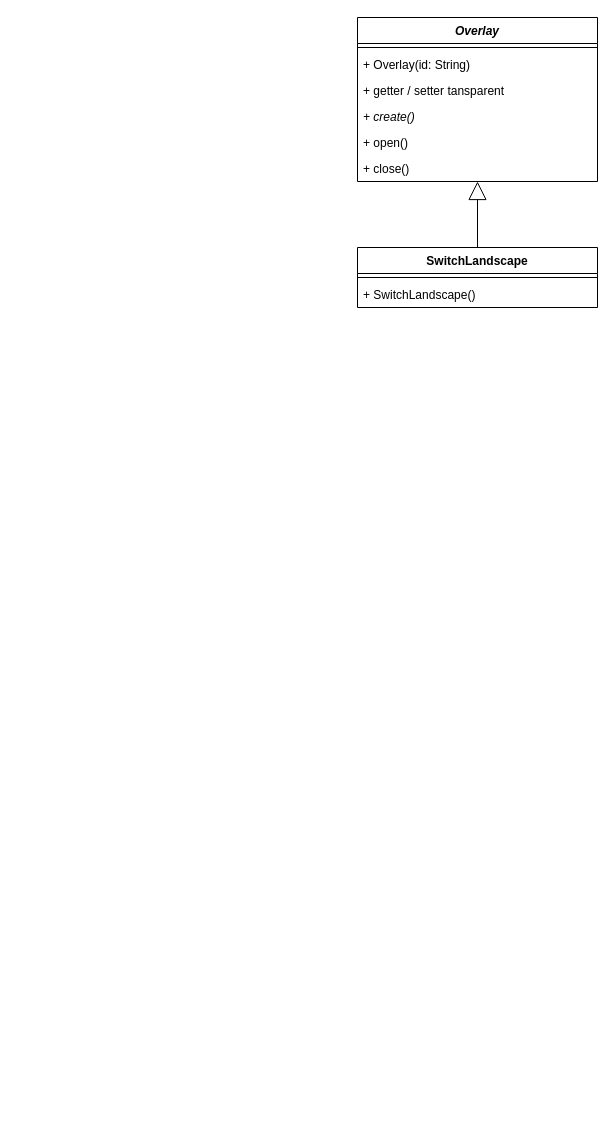
Before: docs/issue/174-diagram.drawio in elma1989/el-pollo-loco, a draw.io diagram. Source tidied: cells renumbered, new cells numbered last; positions are measured from the earlier drawing's top-left corner, leaving out a move shared by most shapes. Both pictures are drawn from the tidied source at 100%, with x=0, y=0 at pixel (357, 17).
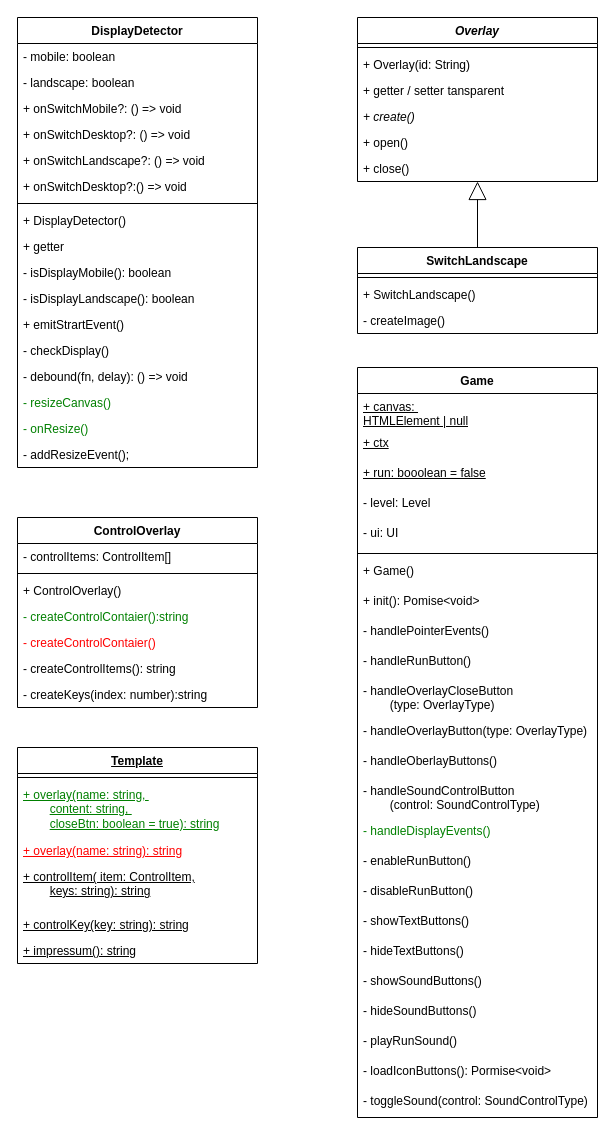
The same page after the edit.

Change to the diagram source:
```diff
@@
     <mxCell id="9" value="SwitchLandscape" style="swimlane;fontStyle=1;align=center;verticalAlign=top;horizontal=1;startSize=26;whiteSpace=wrap;html=1;" parent="1" vertex="1">
-      <mxGeometry y="230" width="240" height="60" as="geometry" />
+      <mxGeometry y="230" width="240" height="86" as="geometry" />
     </mxCell>
@@
+    <mxCell id="13" value="- createImage()" style="text;strokeColor=none;fillColor=none;align=left;verticalAlign=top;spacingLeft=4;spacingRight=4;overflow=hidden;whiteSpace=wrap;html=1;" parent="9" vertex="1">
+      <mxGeometry y="60" width="240" height="26" as="geometry" />
+    </mxCell>
@@
+    <mxCell id="14" value="DisplayDetector" style="swimlane;fontStyle=1;align=center;verticalAlign=top;horizontal=1;startSize=26;whiteSpace=wrap;html=1;" parent="1" vertex="1">
+      <mxGeometry x="-340" width="240" height="450" as="geometry" />
+    </mxCell>
+    <mxCell id="15" value="- mobile: boolean" style="text;strokeColor=none;fillColor=none;align=left;verticalAlign=top;spacingLeft=4;spacingRight=4;overflow=hidden;whiteSpace=wrap;html=1;" parent="14" vertex="1">
+      <mxGeometry y="26" width="240" height="26" as="geometry" />
+    </mxCell>
+    <mxCell id="16" value="- landscape: boolean" style="text;strokeColor=none;fillColor=none;align=left;verticalAlign=top;spacingLeft=4;spacingRight=4;overflow=hidden;whiteSpace=wrap;html=1;" parent="14" vertex="1">
+      <mxGeometry y="52" width="240" height="26" as="geometry" />
+    </mxCell>
+    <mxCell id="17" value="+ onSwitchMobile?: () =&amp;gt; void" style="text;strokeColor=none;fillColor=none;align=left;verticalAlign=top;spacingLeft=4;spacingRight=4;overflow=hidden;whiteSpace=wrap;html=1;" parent="14" vertex="1">
+      <mxGeometry y="78" width="240" height="26" as="geometry" />
+    </mxCell>
+    <mxCell id="18" value="+ onSwitchDesktop?: () =&amp;gt; void" style="text;strokeColor=none;fillColor=none;align=left;verticalAlign=top;spacingLeft=4;spacingRight=4;overflow=hidden;whiteSpace=wrap;html=1;" parent="14" vertex="1">
+      <mxGeometry y="104" width="240" height="26" as="geometry" />
+    </mxCell>
+    <mxCell id="19" value="+ onSwitchLandscape?: () =&amp;gt; void" style="text;strokeColor=none;fillColor=none;align=left;verticalAlign=top;spacingLeft=4;spacingRight=4;overflow=hidden;whiteSpace=wrap;html=1;" parent="14" vertex="1">
+      <mxGeometry y="130" width="240" height="26" as="geometry" />
+    </mxCell>
+    <mxCell id="20" value="+ onSwitchDesktop?:() =&amp;gt; void" style="text;strokeColor=none;fillColor=none;align=left;verticalAlign=top;spacingLeft=4;spacingRight=4;overflow=hidden;whiteSpace=wrap;html=1;" parent="14" vertex="1">
+      <mxGeometry y="156" width="240" height="26" as="geometry" />
+    </mxCell>
+    <mxCell id="21" style="line;strokeWidth=1;fillColor=none;align=left;verticalAlign=middle;spacingTop=-1;spacingLeft=3;spacingRight=3;labelPosition=right;strokeColor=inherit;" parent="14" vertex="1">
+      <mxGeometry y="182" width="240" height="8" as="geometry" />
+    </mxCell>
+    <mxCell id="22" value="+ DisplayDetector()" style="text;strokeColor=none;fillColor=none;align=left;verticalAlign=top;spacingLeft=4;spacingRight=4;overflow=hidden;whiteSpace=wrap;html=1;" parent="14" vertex="1">
+      <mxGeometry y="190" width="240" height="26" as="geometry" />
+    </mxCell>
+    <mxCell id="23" value="+ getter" style="text;strokeColor=none;fillColor=none;align=left;verticalAlign=top;spacingLeft=4;spacingRight=4;overflow=hidden;whiteSpace=wrap;html=1;" parent="14" vertex="1">
+      <mxGeometry y="216" width="240" height="26" as="geometry" />
+    </mxCell>
+    <mxCell id="24" value="- isDisplayMobile(): boolean" style="text;strokeColor=none;fillColor=none;align=left;verticalAlign=top;spacingLeft=4;spacingRight=4;overflow=hidden;whiteSpace=wrap;html=1;" parent="14" vertex="1">
+      <mxGeometry y="242" width="240" height="26" as="geometry" />
+    </mxCell>
+    <mxCell id="25" value="- isDisplayLandscape(): boolean" style="text;strokeColor=none;fillColor=none;align=left;verticalAlign=top;spacingLeft=4;spacingRight=4;overflow=hidden;whiteSpace=wrap;html=1;" parent="14" vertex="1">
+      <mxGeometry y="268" width="240" height="26" as="geometry" />
+    </mxCell>
+    <mxCell id="26" value="+ emitStrartEvent()" style="text;strokeColor=none;fillColor=none;align=left;verticalAlign=top;spacingLeft=4;spacingRight=4;overflow=hidden;whiteSpace=wrap;html=1;" parent="14" vertex="1">
+      <mxGeometry y="294" width="240" height="26" as="geometry" />
+    </mxCell>
+    <mxCell id="27" value="- checkDisplay()" style="text;strokeColor=none;fillColor=none;align=left;verticalAlign=top;spacingLeft=4;spacingRight=4;overflow=hidden;whiteSpace=wrap;html=1;" parent="14" vertex="1">
+      <mxGeometry y="320" width="240" height="26" as="geometry" />
+    </mxCell>
+    <mxCell id="28" value="- debound(fn, delay): () =&amp;gt; void" style="text;strokeColor=none;fillColor=none;align=left;verticalAlign=top;spacingLeft=4;spacingRight=4;overflow=hidden;whiteSpace=wrap;html=1;" parent="14" vertex="1">
+      <mxGeometry y="346" width="240" height="26" as="geometry" />
+    </mxCell>
+    <mxCell id="29" value="- resizeCanvas()" style="text;strokeColor=none;fillColor=none;align=left;verticalAlign=top;spacingLeft=4;spacingRight=4;overflow=hidden;whiteSpace=wrap;html=1;fontColor=light-dark(#008000,#80FF80);" parent="14" vertex="1">
+      <mxGeometry y="372" width="240" height="26" as="geometry" />
+    </mxCell>
+    <mxCell id="30" value="- onResize()" style="text;strokeColor=none;fillColor=none;align=left;verticalAlign=top;spacingLeft=4;spacingRight=4;overflow=hidden;whiteSpace=wrap;html=1;fontColor=light-dark(#008000,#80FF80);" parent="14" vertex="1">
+      <mxGeometry y="398" width="240" height="26" as="geometry" />
+    </mxCell>
+    <mxCell id="31" value="- addResizeEvent();" style="text;strokeColor=none;fillColor=none;align=left;verticalAlign=top;spacingLeft=4;spacingRight=4;overflow=hidden;whiteSpace=wrap;html=1;" parent="14" vertex="1">
+      <mxGeometry y="424" width="240" height="26" as="geometry" />
+    </mxCell>
+    <mxCell id="32" value="Game" style="swimlane;fontStyle=1;align=center;verticalAlign=top;horizontal=1;startSize=26;whiteSpace=wrap;html=1;" parent="1" vertex="1">
+      <mxGeometry y="350" width="240" height="750" as="geometry" />
+    </mxCell>
+    <mxCell id="33" value="+ canvas:&amp;nbsp;&lt;div&gt;HTMLElement | null&lt;/div&gt;" style="text;strokeColor=none;fillColor=none;align=left;verticalAlign=top;spacingLeft=4;spacingRight=4;overflow=hidden;whiteSpace=wrap;html=1;fontStyle=4;" parent="32" vertex="1">
+      <mxGeometry y="26" width="240" height="36" as="geometry" />
+    </mxCell>
+    <mxCell id="34" value="+ ctx" style="text;strokeColor=none;fillColor=none;align=left;verticalAlign=top;spacingLeft=4;spacingRight=4;overflow=hidden;whiteSpace=wrap;html=1;fontStyle=4;" parent="32" vertex="1">
+      <mxGeometry y="62" width="240" height="30" as="geometry" />
+    </mxCell>
+    <mxCell id="35" value="+ run: booolean = false" style="text;strokeColor=none;fillColor=none;align=left;verticalAlign=top;spacingLeft=4;spacingRight=4;overflow=hidden;whiteSpace=wrap;html=1;fontStyle=4;" parent="32" vertex="1">
+      <mxGeometry y="92" width="240" height="30" as="geometry" />
+    </mxCell>
+    <mxCell id="36" value="- level: Level" style="text;strokeColor=none;fillColor=none;align=left;verticalAlign=top;spacingLeft=4;spacingRight=4;overflow=hidden;whiteSpace=wrap;html=1;fontStyle=0;fontColor=default;" parent="32" vertex="1">
+      <mxGeometry y="122" width="240" height="30" as="geometry" />
+    </mxCell>
+    <mxCell id="37" value="- ui: UI" style="text;strokeColor=none;fillColor=none;align=left;verticalAlign=top;spacingLeft=4;spacingRight=4;overflow=hidden;whiteSpace=wrap;html=1;fontStyle=0;fontColor=default;" parent="32" vertex="1">
+      <mxGeometry y="152" width="240" height="30" as="geometry" />
+    </mxCell>
+    <mxCell id="38" style="line;strokeWidth=1;fillColor=none;align=left;verticalAlign=middle;spacingTop=-1;spacingLeft=3;spacingRight=3;labelPosition=right;strokeColor=inherit;" parent="32" vertex="1">
+      <mxGeometry y="182" width="240" height="8" as="geometry" />
+    </mxCell>
+    <mxCell id="39" value="+ Game()" style="text;strokeColor=none;fillColor=none;align=left;verticalAlign=top;spacingLeft=4;spacingRight=4;overflow=hidden;whiteSpace=wrap;html=1;fontStyle=0;fontColor=default;" parent="32" vertex="1">
+      <mxGeometry y="190" width="240" height="30" as="geometry" />
+    </mxCell>
+    <mxCell id="40" value="+ init(): Pomise&amp;lt;void&amp;gt;" style="text;strokeColor=none;fillColor=none;align=left;verticalAlign=top;spacingLeft=4;spacingRight=4;overflow=hidden;whiteSpace=wrap;html=1;fontStyle=0;fontColor=default;" parent="32" vertex="1">
+      <mxGeometry y="220" width="240" height="30" as="geometry" />
+    </mxCell>
+    <mxCell id="41" value="- handlePointerEvents()" style="text;strokeColor=none;fillColor=none;align=left;verticalAlign=top;spacingLeft=4;spacingRight=4;overflow=hidden;whiteSpace=wrap;html=1;fontStyle=0;fontColor=default;" parent="32" vertex="1">
+      <mxGeometry y="250" width="240" height="30" as="geometry" />
+    </mxCell>
+    <mxCell id="42" value="- handleRunButton()" style="text;strokeColor=none;fillColor=none;align=left;verticalAlign=top;spacingLeft=4;spacingRight=4;overflow=hidden;whiteSpace=wrap;html=1;fontStyle=0;fontColor=default;" parent="32" vertex="1">
+      <mxGeometry y="280" width="240" height="30" as="geometry" />
+    </mxCell>
+    <mxCell id="43" value="- handleOverlayCloseButton&lt;div&gt;&lt;span style=&quot;white-space: pre;&quot;&gt;&#9;&lt;/span&gt;(type: OverlayType)&lt;/div&gt;" style="text;strokeColor=none;fillColor=none;align=left;verticalAlign=top;spacingLeft=4;spacingRight=4;overflow=hidden;whiteSpace=wrap;html=1;fontStyle=0;fontColor=default;" parent="32" vertex="1">
+      <mxGeometry y="310" width="240" height="40" as="geometry" />
+    </mxCell>
+    <mxCell id="44" value="- handleOverlayButton(type: OverlayType)" style="text;strokeColor=none;fillColor=none;align=left;verticalAlign=top;spacingLeft=4;spacingRight=4;overflow=hidden;whiteSpace=wrap;html=1;fontStyle=0;fontColor=default;" parent="32" vertex="1">
+      <mxGeometry y="350" width="240" height="30" as="geometry" />
+    </mxCell>
+    <mxCell id="45" value="- handleOberlayButtons()" style="text;strokeColor=none;fillColor=none;align=left;verticalAlign=top;spacingLeft=4;spacingRight=4;overflow=hidden;whiteSpace=wrap;html=1;fontStyle=0;fontColor=default;" parent="32" vertex="1">
+      <mxGeometry y="380" width="240" height="30" as="geometry" />
+    </mxCell>
+    <mxCell id="46" value="- handleSoundControlButton&lt;div&gt;&lt;span style=&quot;white-space: pre;&quot;&gt;&#9;&lt;/span&gt;(control: SoundControlType)&lt;/div&gt;" style="text;strokeColor=none;fillColor=none;align=left;verticalAlign=top;spacingLeft=4;spacingRight=4;overflow=hidden;whiteSpace=wrap;html=1;fontStyle=0;fontColor=default;" parent="32" vertex="1">
+      <mxGeometry y="410" width="240" height="40" as="geometry" />
+    </mxCell>
+    <mxCell id="47" value="- handleDisplayEvents()" style="text;strokeColor=none;fillColor=none;align=left;verticalAlign=top;spacingLeft=4;spacingRight=4;overflow=hidden;whiteSpace=wrap;html=1;fontStyle=0;fontColor=light-dark(#008000,#80FF80);" parent="32" vertex="1">
+      <mxGeometry y="450" width="240" height="30" as="geometry" />
+    </mxCell>
+    <mxCell id="48" value="- enableRunButton()" style="text;strokeColor=none;fillColor=none;align=left;verticalAlign=top;spacingLeft=4;spacingRight=4;overflow=hidden;whiteSpace=wrap;html=1;fontStyle=0;fontColor=default;" parent="32" vertex="1">
+      <mxGeometry y="480" width="240" height="30" as="geometry" />
+    </mxCell>
+    <mxCell id="49" value="- disableRunButton()" style="text;strokeColor=none;fillColor=none;align=left;verticalAlign=top;spacingLeft=4;spacingRight=4;overflow=hidden;whiteSpace=wrap;html=1;fontStyle=0;fontColor=default;" parent="32" vertex="1">
+      <mxGeometry y="510" width="240" height="30" as="geometry" />
+    </mxCell>
+    <mxCell id="50" value="- showTextButtons()" style="text;strokeColor=none;fillColor=none;align=left;verticalAlign=top;spacingLeft=4;spacingRight=4;overflow=hidden;whiteSpace=wrap;html=1;fontStyle=0;fontColor=default;" parent="32" vertex="1">
+      <mxGeometry y="540" width="240" height="30" as="geometry" />
+    </mxCell>
+    <mxCell id="51" value="- hideTextButtons()" style="text;strokeColor=none;fillColor=none;align=left;verticalAlign=top;spacingLeft=4;spacingRight=4;overflow=hidden;whiteSpace=wrap;html=1;fontStyle=0;fontColor=default;" parent="32" vertex="1">
+      <mxGeometry y="570" width="240" height="30" as="geometry" />
+    </mxCell>
+    <mxCell id="52" value="- showSoundButtons()" style="text;strokeColor=none;fillColor=none;align=left;verticalAlign=top;spacingLeft=4;spacingRight=4;overflow=hidden;whiteSpace=wrap;html=1;fontStyle=0;fontColor=default;" parent="32" vertex="1">
+      <mxGeometry y="600" width="240" height="30" as="geometry" />
+    </mxCell>
+    <mxCell id="53" value="- hideSoundButtons()" style="text;strokeColor=none;fillColor=none;align=left;verticalAlign=top;spacingLeft=4;spacingRight=4;overflow=hidden;whiteSpace=wrap;html=1;fontStyle=0;fontColor=default;" parent="32" vertex="1">
+      <mxGeometry y="630" width="240" height="30" as="geometry" />
+    </mxCell>
+    <mxCell id="54" value="- playRunSound()" style="text;strokeColor=none;fillColor=none;align=left;verticalAlign=top;spacingLeft=4;spacingRight=4;overflow=hidden;whiteSpace=wrap;html=1;fontStyle=0;fontColor=default;" parent="32" vertex="1">
+      <mxGeometry y="660" width="240" height="30" as="geometry" />
+    </mxCell>
+    <mxCell id="55" value="- loadIconButtons(): Pormise&amp;lt;void&amp;gt;" style="text;strokeColor=none;fillColor=none;align=left;verticalAlign=top;spacingLeft=4;spacingRight=4;overflow=hidden;whiteSpace=wrap;html=1;fontStyle=0;fontColor=default;" parent="32" vertex="1">
+      <mxGeometry y="690" width="240" height="30" as="geometry" />
+    </mxCell>
+    <mxCell id="56" value="- toggleSound(control: SoundControlType)" style="text;strokeColor=none;fillColor=none;align=left;verticalAlign=top;spacingLeft=4;spacingRight=4;overflow=hidden;whiteSpace=wrap;html=1;fontStyle=0;fontColor=default;" parent="32" vertex="1">
+      <mxGeometry y="720" width="240" height="30" as="geometry" />
+    </mxCell>
+    <mxCell id="57" value="ControlOverlay" style="swimlane;fontStyle=1;align=center;verticalAlign=top;horizontal=1;startSize=26;whiteSpace=wrap;html=1;strokeColor=default;" parent="1" vertex="1">
+      <mxGeometry x="-340" y="500" width="240" height="190" as="geometry" />
+    </mxCell>
+    <mxCell id="58" value="- controlItems: ControlItem[]" style="text;strokeColor=none;fillColor=none;align=left;verticalAlign=top;spacingLeft=4;spacingRight=4;overflow=hidden;whiteSpace=wrap;html=1;" parent="57" vertex="1">
+      <mxGeometry y="26" width="240" height="26" as="geometry" />
+    </mxCell>
+    <mxCell id="59" style="line;strokeWidth=1;fillColor=none;align=left;verticalAlign=middle;spacingTop=-1;spacingLeft=3;spacingRight=3;labelPosition=right;strokeColor=inherit;" parent="57" vertex="1">
+      <mxGeometry y="52" width="240" height="8" as="geometry" />
+    </mxCell>
+    <mxCell id="60" value="+ ControlOverlay()" style="text;strokeColor=none;fillColor=none;align=left;verticalAlign=top;spacingLeft=4;spacingRight=4;overflow=hidden;whiteSpace=wrap;html=1;" parent="57" vertex="1">
+      <mxGeometry y="60" width="240" height="26" as="geometry" />
+    </mxCell>
+    <mxCell id="61" value="- createControlContaier():string" style="text;strokeColor=none;fillColor=none;align=left;verticalAlign=top;spacingLeft=4;spacingRight=4;overflow=hidden;whiteSpace=wrap;html=1;fontColor=light-dark(#008000,#80FF80);" parent="57" vertex="1">
+      <mxGeometry y="86" width="240" height="26" as="geometry" />
+    </mxCell>
+    <mxCell id="62" value="- createControlContaier()" style="text;strokeColor=none;fillColor=none;align=left;verticalAlign=top;spacingLeft=4;spacingRight=4;overflow=hidden;whiteSpace=wrap;html=1;fontColor=light-dark(#FF0000,#FF8080);" parent="57" vertex="1">
+      <mxGeometry y="112" width="240" height="26" as="geometry" />
+    </mxCell>
+    <mxCell id="63" value="- createControlItems(): string" style="text;strokeColor=none;fillColor=none;align=left;verticalAlign=top;spacingLeft=4;spacingRight=4;overflow=hidden;whiteSpace=wrap;html=1;" parent="57" vertex="1">
+      <mxGeometry y="138" width="240" height="26" as="geometry" />
+    </mxCell>
+    <mxCell id="64" value="- createKeys(index: number):string" style="text;strokeColor=none;fillColor=none;align=left;verticalAlign=top;spacingLeft=4;spacingRight=4;overflow=hidden;whiteSpace=wrap;html=1;" parent="57" vertex="1">
+      <mxGeometry y="164" width="240" height="26" as="geometry" />
+    </mxCell>
+    <mxCell id="65" value="Template" style="swimlane;fontStyle=5;align=center;verticalAlign=top;horizontal=1;startSize=26;whiteSpace=wrap;html=1;strokeColor=default;" parent="1" vertex="1">
+      <mxGeometry x="-340" y="730" width="240" height="216" as="geometry" />
+    </mxCell>
+    <mxCell id="66" style="line;strokeWidth=1;fillColor=none;align=left;verticalAlign=middle;spacingTop=-1;spacingLeft=3;spacingRight=3;labelPosition=right;strokeColor=inherit;" parent="65" vertex="1">
+      <mxGeometry y="26" width="240" height="8" as="geometry" />
+    </mxCell>
+    <mxCell id="67" value="+ overlay(name: string,&amp;nbsp;&lt;div&gt;&lt;span style=&quot;white-space: pre;&quot;&gt;&#9;&lt;/span&gt;content: string,&amp;nbsp;&lt;/div&gt;&lt;div&gt;&lt;span style=&quot;white-space: pre;&quot;&gt;&#9;&lt;/span&gt;closeBtn: boolean = true): string&lt;/div&gt;" style="text;strokeColor=none;fillColor=none;align=left;verticalAlign=top;spacingLeft=4;spacingRight=4;overflow=hidden;whiteSpace=wrap;html=1;fontStyle=4;fontColor=light-dark(#008000,#80FF80);" parent="65" vertex="1">
+      <mxGeometry y="34" width="240" height="56" as="geometry" />
+    </mxCell>
+    <mxCell id="68" value="+ overlay(name: string): string" style="text;strokeColor=none;fillColor=none;align=left;verticalAlign=top;spacingLeft=4;spacingRight=4;overflow=hidden;whiteSpace=wrap;html=1;fontStyle=4;fontColor=light-dark(#FF0000,#FF8080);" parent="65" vertex="1">
+      <mxGeometry y="90" width="240" height="26" as="geometry" />
+    </mxCell>
+    <mxCell id="69" value="+ controlItem( item: ControlItem,&lt;div&gt;&lt;span style=&quot;white-space: pre;&quot;&gt;&#9;&lt;/span&gt;keys: string): string&lt;br&gt;&lt;/div&gt;" style="text;strokeColor=none;fillColor=none;align=left;verticalAlign=top;spacingLeft=4;spacingRight=4;overflow=hidden;whiteSpace=wrap;html=1;fontStyle=4;" parent="65" vertex="1">
+      <mxGeometry y="116" width="240" height="48" as="geometry" />
+    </mxCell>
+    <mxCell id="70" value="+ controlKey(key: string): string" style="text;strokeColor=none;fillColor=none;align=left;verticalAlign=top;spacingLeft=4;spacingRight=4;overflow=hidden;whiteSpace=wrap;html=1;fontStyle=4;" parent="65" vertex="1">
+      <mxGeometry y="164" width="240" height="26" as="geometry" />
+    </mxCell>
+    <mxCell id="71" value="+ impressum(): string" style="text;strokeColor=none;fillColor=none;align=left;verticalAlign=top;spacingLeft=4;spacingRight=4;overflow=hidden;whiteSpace=wrap;html=1;fontStyle=4;" parent="65" vertex="1">
+      <mxGeometry y="190" width="240" height="26" as="geometry" />
+    </mxCell>
```
